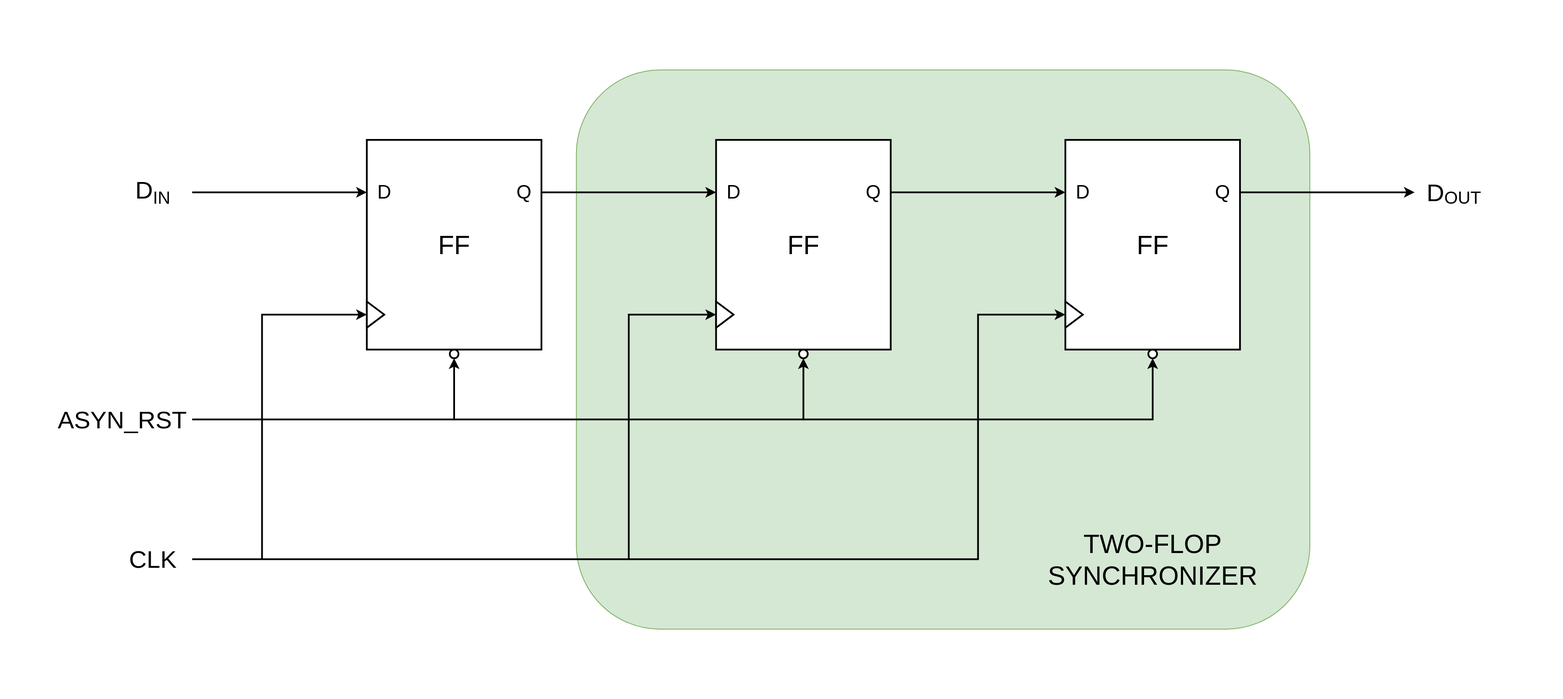
Above: static/ox-hugo/arst_syn.svg in 24x7fpga/24x7fpga-website (draw.io), before the change. Source tidied: cells renumbered, new cells last; positions are measured from the earlier drawing's top-left corner, leaving out a move shared by most shapes.
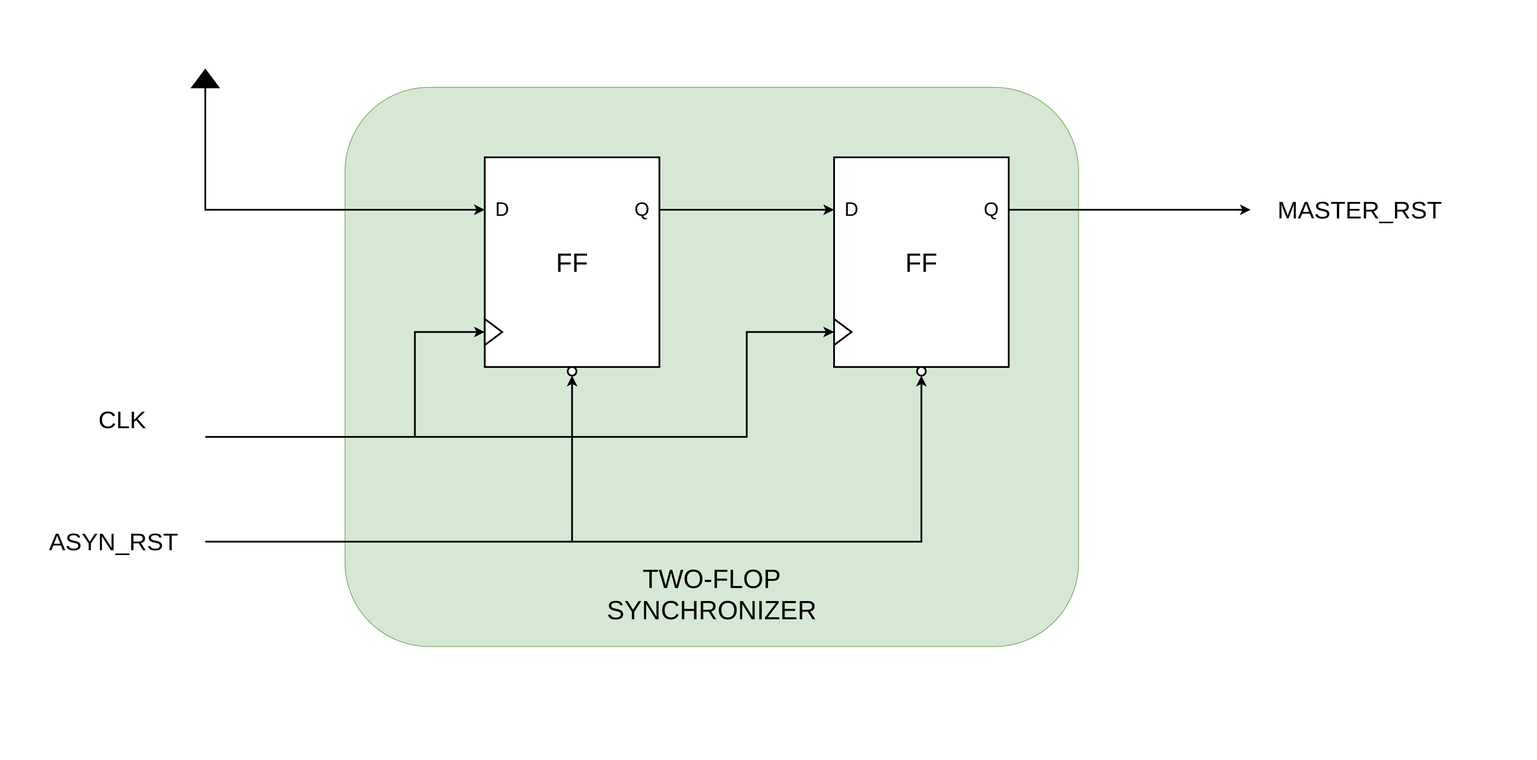
After the change.

Commit message:
update asyn reset synchronizer image

Diff of the diagram source:
```diff
@@ -2,137 +2,110 @@
   <root>
     <mxCell id="0" />
     <mxCell id="1" parent="0" />
-    <mxCell id="2" style="group;" parent="1" vertex="1">
-      <mxGeometry width="1620" height="640" as="geometry" />
-    </mxCell>
+    <mxCell id="34" style="group;" parent="1" vertex="1">
+      <mxGeometry x="-10" width="1602" height="660" as="geometry" />
+    </mxCell>
-    <mxCell id="3" style="rounded=1;whiteSpace=wrap;html=1;fillColor=#d5e8d4;strokeColor=#82b366;" parent="2" vertex="1">
-      <mxGeometry x="580" width="840" height="640" as="geometry" />
+    <mxCell id="3" style="rounded=1;whiteSpace=wrap;html=1;fillColor=#d5e8d4;strokeColor=#82b366;" parent="34" vertex="1">
+      <mxGeometry x="325" y="20" width="840" height="640" as="geometry" />
     </mxCell>
-    <mxCell id="4" value="&lt;font style=&quot;font-size: 30px;&quot;&gt;FF&lt;/font&gt;" style="rounded=0;whiteSpace=wrap;html=1;strokeWidth=2;" parent="2" vertex="1">
-      <mxGeometry x="340" y="80" width="200" height="240" as="geometry" />
-    </mxCell>
-    <mxCell id="5" style="ellipse;whiteSpace=wrap;html=1;strokeWidth=2;" parent="2" vertex="1">
-      <mxGeometry x="435" y="320" width="10" height="10" as="geometry" />
-    </mxCell>
-    <mxCell id="6" style="triangle;whiteSpace=wrap;html=1;strokeWidth=2;" parent="2" vertex="1">
-      <mxGeometry x="340" y="265" width="20" height="30" as="geometry" />
-    </mxCell>
-    <mxCell id="7" value="&lt;font style=&quot;font-size: 30px;&quot;&gt;FF&lt;/font&gt;" style="rounded=0;whiteSpace=wrap;html=1;strokeWidth=2;" parent="2" vertex="1">
-      <mxGeometry x="740" y="80" width="200" height="240" as="geometry" />
+    <mxCell id="7" value="&lt;font style=&quot;font-size: 30px;&quot;&gt;FF&lt;/font&gt;" style="rounded=0;whiteSpace=wrap;html=1;strokeWidth=2;" parent="34" vertex="1">
+      <mxGeometry x="485" y="100" width="200" height="240" as="geometry" />
     </mxCell>
-    <mxCell id="8" style="ellipse;whiteSpace=wrap;html=1;strokeWidth=2;" parent="2" vertex="1">
-      <mxGeometry x="835" y="320" width="10" height="10" as="geometry" />
+    <mxCell id="8" style="ellipse;whiteSpace=wrap;html=1;strokeWidth=2;" parent="34" vertex="1">
+      <mxGeometry x="580" y="340" width="10" height="10" as="geometry" />
     </mxCell>
-    <mxCell id="9" style="triangle;whiteSpace=wrap;html=1;strokeWidth=2;" parent="2" vertex="1">
-      <mxGeometry x="740" y="265" width="20" height="30" as="geometry" />
+    <mxCell id="9" style="triangle;whiteSpace=wrap;html=1;strokeWidth=2;" parent="34" vertex="1">
+      <mxGeometry x="485" y="285" width="20" height="30" as="geometry" />
     </mxCell>
-    <mxCell id="10" value="&lt;font style=&quot;font-size: 30px;&quot;&gt;FF&lt;/font&gt;" style="rounded=0;whiteSpace=wrap;html=1;strokeWidth=2;" parent="2" vertex="1">
-      <mxGeometry x="1140" y="80" width="200" height="240" as="geometry" />
+    <mxCell id="10" value="&lt;font style=&quot;font-size: 30px;&quot;&gt;FF&lt;/font&gt;" style="rounded=0;whiteSpace=wrap;html=1;strokeWidth=2;" parent="34" vertex="1">
+      <mxGeometry x="885" y="100" width="200" height="240" as="geometry" />
     </mxCell>
-    <mxCell id="11" style="ellipse;whiteSpace=wrap;html=1;strokeWidth=2;" parent="2" vertex="1">
-      <mxGeometry x="1235" y="320" width="10" height="10" as="geometry" />
+    <mxCell id="11" style="ellipse;whiteSpace=wrap;html=1;strokeWidth=2;" parent="34" vertex="1">
+      <mxGeometry x="980" y="340" width="10" height="10" as="geometry" />
     </mxCell>
-    <mxCell id="12" style="triangle;whiteSpace=wrap;html=1;strokeWidth=2;" parent="2" vertex="1">
-      <mxGeometry x="1140" y="265" width="20" height="30" as="geometry" />
+    <mxCell id="12" style="triangle;whiteSpace=wrap;html=1;strokeWidth=2;" parent="34" vertex="1">
+      <mxGeometry x="885" y="285" width="20" height="30" as="geometry" />
     </mxCell>
-    <mxCell id="13" style="endArrow=classic;html=1;rounded=0;entryX=0.5;entryY=1;entryDx=0;entryDy=0;strokeWidth=2;" parent="2" edge="1" target="5">
-      <mxGeometry relative="1" as="geometry">
-        <mxPoint x="140" y="400" as="sourcePoint" />
-        <Array as="points">
-          <mxPoint x="440" y="400" />
-        </Array>
-      </mxGeometry>
-    </mxCell>
-    <mxCell id="14" style="endArrow=classic;html=1;rounded=0;entryX=0;entryY=0.5;entryDx=0;entryDy=0;strokeWidth=2;" parent="2" edge="1" target="9">
+    <mxCell id="14" style="endArrow=classic;html=1;rounded=0;entryX=0;entryY=0.5;entryDx=0;entryDy=0;strokeWidth=2;" parent="34" edge="1">
       <mxGeometry relative="1" as="geometry">
-        <mxPoint x="140" y="560" as="sourcePoint" />
+        <mxPoint x="165" y="420" as="sourcePoint" />
+        <mxPoint x="485" y="300" as="targetPoint" />
         <Array as="points">
-          <mxPoint x="640" y="560" />
-          <mxPoint x="640" y="280" />
+          <mxPoint x="405" y="420" />
+          <mxPoint x="405" y="300" />
         </Array>
       </mxGeometry>
     </mxCell>
-    <mxCell id="15" style="endArrow=classic;html=1;rounded=0;entryX=0;entryY=0.5;entryDx=0;entryDy=0;strokeWidth=2;" parent="2" edge="1" target="6">
-      <mxGeometry relative="1" as="geometry">
-        <mxPoint x="220" y="560" as="sourcePoint" />
-        <Array as="points">
-          <mxPoint x="220" y="280" />
-        </Array>
-      </mxGeometry>
-    </mxCell>
-    <mxCell id="16" style="endArrow=classic;html=1;rounded=0;entryX=0;entryY=0.5;entryDx=0;entryDy=0;strokeWidth=2;" parent="2" edge="1" target="12">
+    <mxCell id="16" style="endArrow=classic;html=1;rounded=0;entryX=0;entryY=0.5;entryDx=0;entryDy=0;strokeWidth=2;" parent="34" edge="1" target="12">
       <mxGeometry relative="1" as="geometry">
-        <mxPoint x="640" y="560" as="sourcePoint" />
+        <mxPoint x="405" y="420" as="sourcePoint" />
         <Array as="points">
-          <mxPoint x="1040" y="560" />
-          <mxPoint x="1040" y="280" />
+          <mxPoint x="785" y="420" />
+          <mxPoint x="785" y="300" />
         </Array>
       </mxGeometry>
     </mxCell>
-    <mxCell id="17" style="endArrow=classic;html=1;rounded=0;exitX=1;exitY=0.25;exitDx=0;exitDy=0;entryX=0;entryY=0.25;entryDx=0;entryDy=0;strokeWidth=2;" parent="2" edge="1" source="4" target="7">
-      <mxGeometry relative="1" as="geometry" />
-    </mxCell>
-    <mxCell id="18" style="endArrow=classic;html=1;rounded=0;exitX=1;exitY=0.25;exitDx=0;exitDy=0;entryX=0;entryY=0.25;entryDx=0;entryDy=0;strokeWidth=2;" parent="2" edge="1" source="7" target="10">
+    <mxCell id="18" style="endArrow=classic;html=1;rounded=0;exitX=1;exitY=0.25;exitDx=0;exitDy=0;entryX=0;entryY=0.25;entryDx=0;entryDy=0;strokeWidth=2;" parent="34" edge="1" source="7" target="10">
       <mxGeometry relative="1" as="geometry" />
     </mxCell>
-    <mxCell id="19" style="endArrow=classic;html=1;rounded=0;entryX=0;entryY=0.25;entryDx=0;entryDy=0;strokeWidth=2;" parent="2" edge="1" target="4">
-      <mxGeometry relative="1" as="geometry">
-        <mxPoint x="140" y="140" as="sourcePoint" />
-      </mxGeometry>
-    </mxCell>
-    <mxCell id="20" style="endArrow=classic;html=1;rounded=0;strokeWidth=2;exitX=1;exitY=0.25;exitDx=0;exitDy=0;" parent="2" edge="1" source="10">
-      <mxGeometry relative="1" as="geometry">
-        <mxPoint x="1540" y="140" as="targetPoint" />
-      </mxGeometry>
-    </mxCell>
-    <mxCell id="21" value="D&lt;sub&gt;&lt;font style=&quot;font-size: 20px;&quot;&gt;IN&lt;/font&gt;&lt;/sub&gt;" style="text;html=1;align=center;verticalAlign=middle;whiteSpace=wrap;rounded=0;fontSize=28;" parent="2" vertex="1">
-      <mxGeometry x="60" y="120" width="70" height="40" as="geometry" />
+    <mxCell id="21" value="MASTER_RST" style="text;html=1;align=center;verticalAlign=middle;whiteSpace=wrap;rounded=0;fontSize=28;" parent="34" vertex="1">
+      <mxGeometry x="1372" y="140" width="230" height="40" as="geometry" />
     </mxCell>
-    <mxCell id="22" value="ASYN_RST" style="text;html=1;align=center;verticalAlign=middle;whiteSpace=wrap;rounded=0;fontSize=28;" parent="2" vertex="1">
-      <mxGeometry y="380" width="120" height="40" as="geometry" />
+    <mxCell id="22" value="ASYN_RST" style="text;html=1;align=center;verticalAlign=middle;whiteSpace=wrap;rounded=0;fontSize=28;" parent="34" vertex="1">
+      <mxGeometry y="520" width="120" height="40" as="geometry" />
     </mxCell>
-    <mxCell id="23" value="CLK" style="text;html=1;align=center;verticalAlign=middle;whiteSpace=wrap;rounded=0;fontSize=28;" parent="2" vertex="1">
-      <mxGeometry x="60" y="540" width="70" height="40" as="geometry" />
+    <mxCell id="23" value="CLK" style="text;html=1;align=center;verticalAlign=middle;whiteSpace=wrap;rounded=0;fontSize=28;" parent="34" vertex="1">
+      <mxGeometry x="35" y="380" width="70" height="40" as="geometry" />
     </mxCell>
-    <mxCell id="24" value="D&lt;font size=&quot;1&quot;&gt;&lt;sub&gt;&lt;font style=&quot;font-size: 20px;&quot;&gt;OUT&lt;/font&gt;&lt;/sub&gt;&lt;/font&gt;" style="text;html=1;align=center;verticalAlign=middle;whiteSpace=wrap;rounded=0;fontSize=28;" parent="2" vertex="1">
-      <mxGeometry x="1550" y="120" width="70" height="40" as="geometry" />
-    </mxCell>
-    <mxCell id="25" value="&lt;font style=&quot;font-size: 30px;&quot;&gt;TWO-FLOP SYNCHRONIZER&lt;/font&gt;" style="text;html=1;align=center;verticalAlign=middle;whiteSpace=wrap;rounded=0;" parent="2" vertex="1">
-      <mxGeometry x="1115" y="510" width="250" height="100" as="geometry" />
+    <mxCell id="25" value="&lt;font style=&quot;font-size: 30px;&quot;&gt;TWO-FLOP SYNCHRONIZER&lt;/font&gt;" style="text;html=1;align=center;verticalAlign=middle;whiteSpace=wrap;rounded=0;" parent="34" vertex="1">
+      <mxGeometry x="620" y="550" width="250" height="100" as="geometry" />
     </mxCell>
-    <mxCell id="26" style="endArrow=classic;html=1;rounded=0;strokeWidth=2;entryX=0.5;entryY=1;entryDx=0;entryDy=0;" parent="2" edge="1" target="8">
+    <mxCell id="26" style="endArrow=classic;html=1;rounded=0;strokeWidth=2;entryX=0.5;entryY=1;entryDx=0;entryDy=0;" parent="34" edge="1" target="8">
       <mxGeometry relative="1" as="geometry">
-        <mxPoint x="440" y="400" as="sourcePoint" />
+        <mxPoint x="165" y="540" as="sourcePoint" />
         <Array as="points">
-          <mxPoint x="840" y="400" />
+          <mxPoint x="585" y="540" />
         </Array>
       </mxGeometry>
     </mxCell>
-    <mxCell id="27" style="endArrow=classic;html=1;rounded=0;strokeWidth=2;entryX=0.5;entryY=1;entryDx=0;entryDy=0;" parent="2" edge="1" target="11">
+    <mxCell id="27" style="endArrow=classic;html=1;rounded=0;strokeWidth=2;entryX=0.5;entryY=1;entryDx=0;entryDy=0;" parent="34" edge="1" target="11">
       <mxGeometry relative="1" as="geometry">
-        <mxPoint x="840" y="400" as="sourcePoint" />
+        <mxPoint x="580" y="540" as="sourcePoint" />
         <Array as="points">
-          <mxPoint x="1240" y="400" />
+          <mxPoint x="985" y="540" />
         </Array>
       </mxGeometry>
     </mxCell>
-    <mxCell id="28" value="&lt;font style=&quot;font-size: 22px;&quot;&gt;D&lt;/font&gt;" style="text;html=1;align=center;verticalAlign=middle;whiteSpace=wrap;rounded=0;" parent="2" vertex="1">
-      <mxGeometry x="340" y="125" width="40" height="30" as="geometry" />
-    </mxCell>
-    <mxCell id="29" value="&lt;font style=&quot;font-size: 22px;&quot;&gt;D&lt;/font&gt;" style="text;html=1;align=center;verticalAlign=middle;whiteSpace=wrap;rounded=0;" parent="2" vertex="1">
-      <mxGeometry x="740" y="125" width="40" height="30" as="geometry" />
+    <mxCell id="29" value="&lt;font style=&quot;font-size: 22px;&quot;&gt;D&lt;/font&gt;" style="text;html=1;align=center;verticalAlign=middle;whiteSpace=wrap;rounded=0;" parent="34" vertex="1">
+      <mxGeometry x="485" y="145" width="40" height="30" as="geometry" />
     </mxCell>
-    <mxCell id="30" value="&lt;font style=&quot;font-size: 22px;&quot;&gt;D&lt;/font&gt;" style="text;html=1;align=center;verticalAlign=middle;whiteSpace=wrap;rounded=0;" parent="2" vertex="1">
-      <mxGeometry x="1140" y="125" width="40" height="30" as="geometry" />
+    <mxCell id="30" value="&lt;font style=&quot;font-size: 22px;&quot;&gt;D&lt;/font&gt;" style="text;html=1;align=center;verticalAlign=middle;whiteSpace=wrap;rounded=0;" parent="34" vertex="1">
+      <mxGeometry x="885" y="145" width="40" height="30" as="geometry" />
     </mxCell>
-    <mxCell id="31" value="&lt;font style=&quot;font-size: 22px;&quot;&gt;Q&lt;/font&gt;" style="text;html=1;align=center;verticalAlign=middle;whiteSpace=wrap;rounded=0;" parent="2" vertex="1">
-      <mxGeometry x="1300" y="125" width="40" height="30" as="geometry" />
+    <mxCell id="31" value="&lt;font style=&quot;font-size: 22px;&quot;&gt;Q&lt;/font&gt;" style="text;html=1;align=center;verticalAlign=middle;whiteSpace=wrap;rounded=0;" parent="34" vertex="1">
+      <mxGeometry x="1045" y="145" width="40" height="30" as="geometry" />
     </mxCell>
-    <mxCell id="32" value="&lt;font style=&quot;font-size: 22px;&quot;&gt;Q&lt;/font&gt;" style="text;html=1;align=center;verticalAlign=middle;whiteSpace=wrap;rounded=0;" parent="2" vertex="1">
-      <mxGeometry x="900" y="125" width="40" height="30" as="geometry" />
+    <mxCell id="32" value="&lt;font style=&quot;font-size: 22px;&quot;&gt;Q&lt;/font&gt;" style="text;html=1;align=center;verticalAlign=middle;whiteSpace=wrap;rounded=0;" parent="34" vertex="1">
+      <mxGeometry x="645" y="145" width="40" height="30" as="geometry" />
     </mxCell>
-    <mxCell id="33" value="&lt;font style=&quot;font-size: 22px;&quot;&gt;Q&lt;/font&gt;" style="text;html=1;align=center;verticalAlign=middle;whiteSpace=wrap;rounded=0;" parent="2" vertex="1">
-      <mxGeometry x="500" y="125" width="40" height="30" as="geometry" />
-    </mxCell>
+    <mxCell id="35" style="endArrow=classic;html=1;rounded=0;entryX=0;entryY=0.5;entryDx=0;entryDy=0;strokeWidth=2;" parent="34" edge="1" target="29">
+      <mxGeometry relative="1" as="geometry">
+        <mxPoint x="165" y="20" as="sourcePoint" />
+        <Array as="points">
+          <mxPoint x="165" y="160" />
+        </Array>
+      </mxGeometry>
+    </mxCell>
+    <mxCell id="36" style="triangle;whiteSpace=wrap;html=1;direction=north;strokeWidth=2;fillColor=#000000;" parent="34" vertex="1">
+      <mxGeometry x="150" width="30" height="20" as="geometry" />
+    </mxCell>
+    <mxCell id="37" style="endArrow=classic;html=1;rounded=0;exitX=1;exitY=0.5;exitDx=0;exitDy=0;strokeWidth=2;" parent="34" edge="1" source="31">
+      <mxGeometry relative="1" as="geometry">
+        <mxPoint x="1362" y="160" as="targetPoint" />
+        <Array as="points">
+          <mxPoint x="1242" y="160" />
+        </Array>
+      </mxGeometry>
+    </mxCell>
   </root>
 </mxGraphModel>
```
